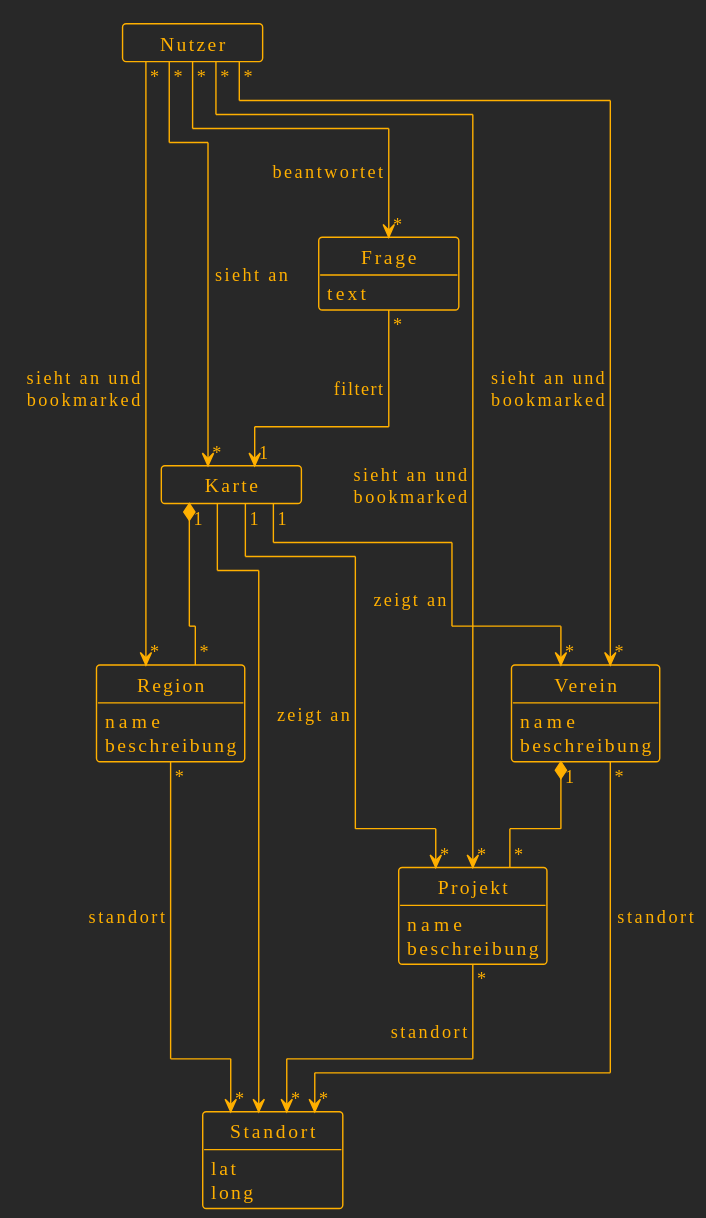
Before: artifact/domain_model.svg, a diagram exported from PlantUML (SaplingSquad/SoftwareEngineering-WS2025-SaplingSquad). Its diagram source:
```plantuml
@startuml
	!theme crt-amber
	skinparam ArrowFontColor #FFB000
	hide circle
	hide empty methods
	hide empty attributes

	!pragma layout elk

	skinparam nodesep 200
	skinparam ranksep 200
	skinparam minClassWidth 100

	class Standort
	Standort : lat
	Standort : long
	Karte --> Standort

	class Projekt
	Projekt : name
	Projekt : beschreibung
	Projekt "*" --> "*" Standort : standort

	class Verein
	Verein : name
	Verein : beschreibung
	Verein "*" --> "*" Standort : standort

	Verein "1" *-- "*" Projekt

	class Region
	Region : name
	Region : beschreibung
	Region "*" --> "*" Standort : standort

	class Karte

	Karte "1" --> "*" Verein : zeigt an
	Karte "1" --> "*" Projekt : zeigt an
	Karte "1" *-- "*" Region

	class Frage
	Frage : text

	Frage "*" --> "1" Karte : filtert

	class Nutzer

	Nutzer "*" --> "*" Karte : sieht an
	Nutzer "*" --> "*" Verein : sieht an und\nbookmarked
	Nutzer "*" --> "*" Projekt : sieht an und\nbookmarked
	Nutzer "*" --> "*" Region : sieht an und\nbookmarked
	Nutzer "*" --> "*" Frage : beantwortet
@enduml
```
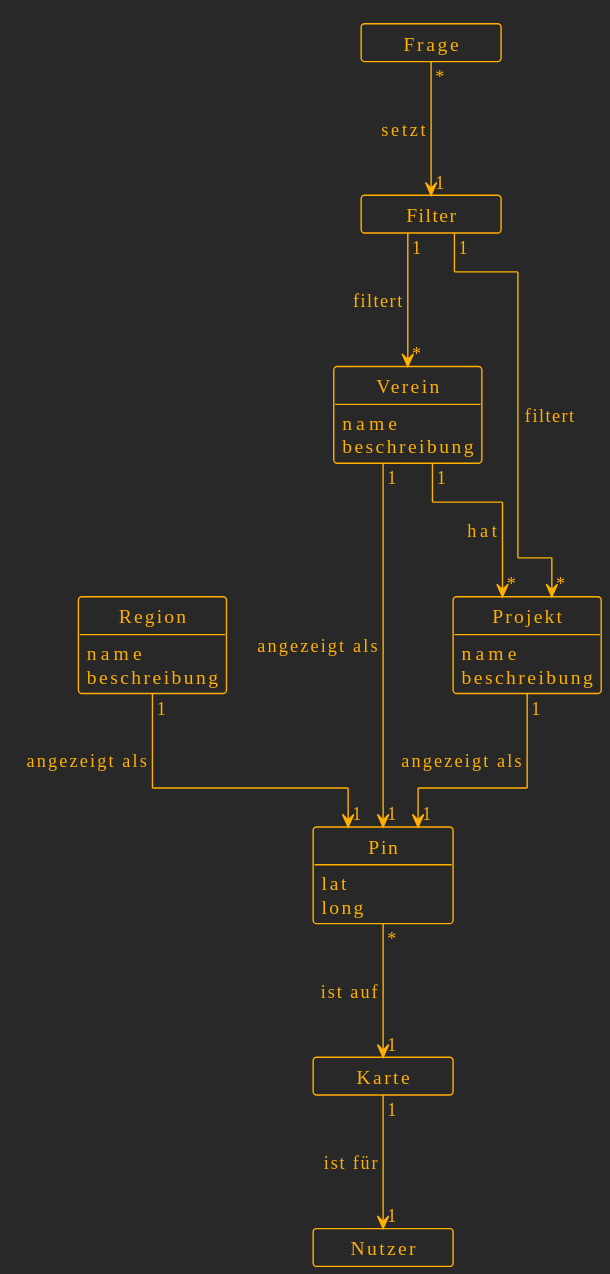
The same diagram one commit later.

Commit message:
chore(artifact): export domain model

What changed in the source:
```diff
@@ -11,44 +11,36 @@
 	skinparam ranksep 200
 	skinparam minClassWidth 100
 
-	class Standort
-	Standort : lat
-	Standort : long
-	Karte --> Standort
+	class Nutzer
+
+	class Karte
+	Karte "1" --> "1" Nutzer: ist für
+
+	class Pin
+	Pin : lat
+	Pin : long
+	Pin "*" --> "1" Karte : ist auf
 
 	class Projekt
 	Projekt : name
 	Projekt : beschreibung
-	Projekt "*" --> "*" Standort : standort
+	Projekt "1" --> "1" Pin : angezeigt als
 
 	class Verein
 	Verein : name
 	Verein : beschreibung
-	Verein "*" --> "*" Standort : standort
-
-	Verein "1" *-- "*" Projekt
+	Verein "1" --> "1" Pin : angezeigt als
+	Verein "1" --> "*" Projekt : hat
 
 	class Region
 	Region : name
 	Region : beschreibung
-	Region "*" --> "*" Standort : standort
-
-	class Karte
-
-	Karte "1" --> "*" Verein : zeigt an
-	Karte "1" --> "*" Projekt : zeigt an
-	Karte "1" *-- "*" Region
+	Region "1" --> "1" Pin : angezeigt als
 
 	class Frage
-	Frage : text
+	Frage "*" --> "1" Filter : setzt
 
-	Frage "*" --> "1" Karte : filtert
-
-	class Nutzer
-
-	Nutzer "*" --> "*" Karte : sieht an
-	Nutzer "*" --> "*" Verein : sieht an und\nbookmarked
-	Nutzer "*" --> "*" Projekt : sieht an und\nbookmarked
-	Nutzer "*" --> "*" Region : sieht an und\nbookmarked
-	Nutzer "*" --> "*" Frage : beantwortet
+	class Filter
+	Filter "1" --> "*" Projekt : filtert
+	Filter "1" --> "*" Verein : filtert
 @enduml
```
